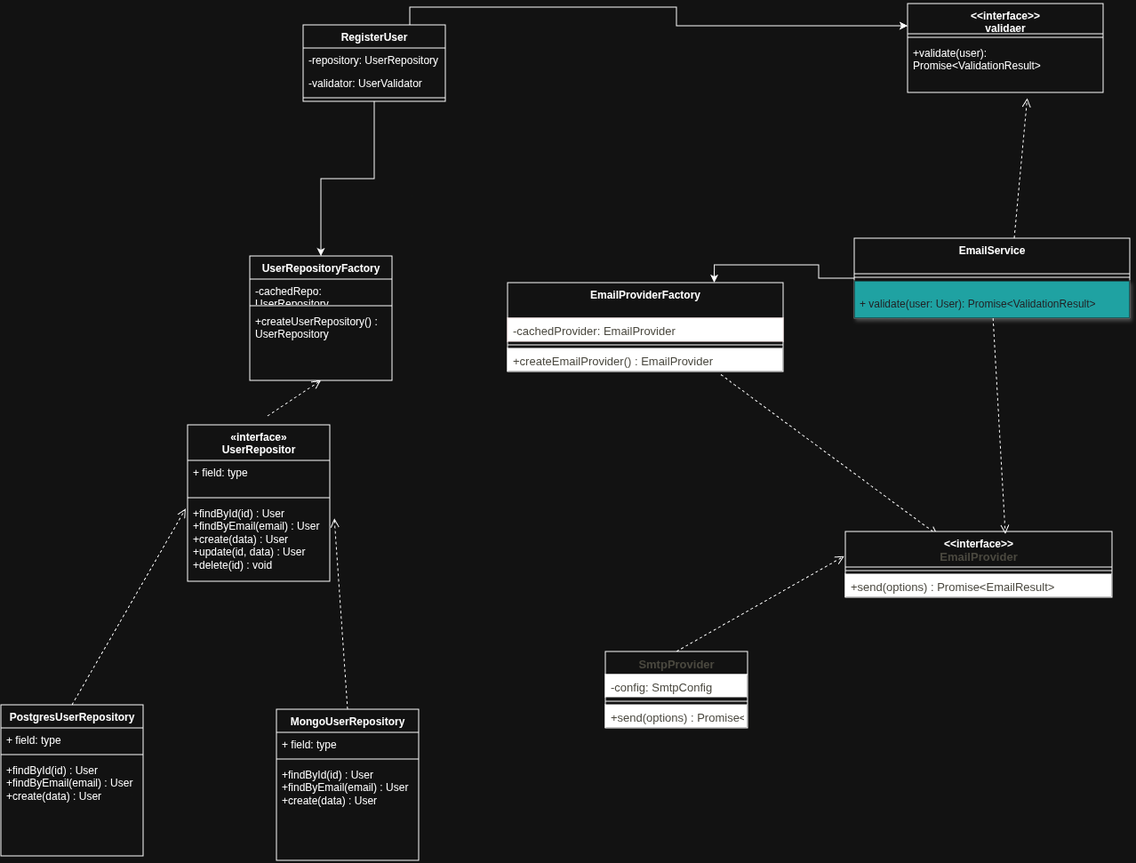
This is docs/uml/uml.png from JuanMaCE/Aug26So, a draw.io export, as it was before one commit. Source tidied: cells renumbered, new cells last; positions are measured from the earlier drawing's top-left corner, leaving out a move shared by most shapes.
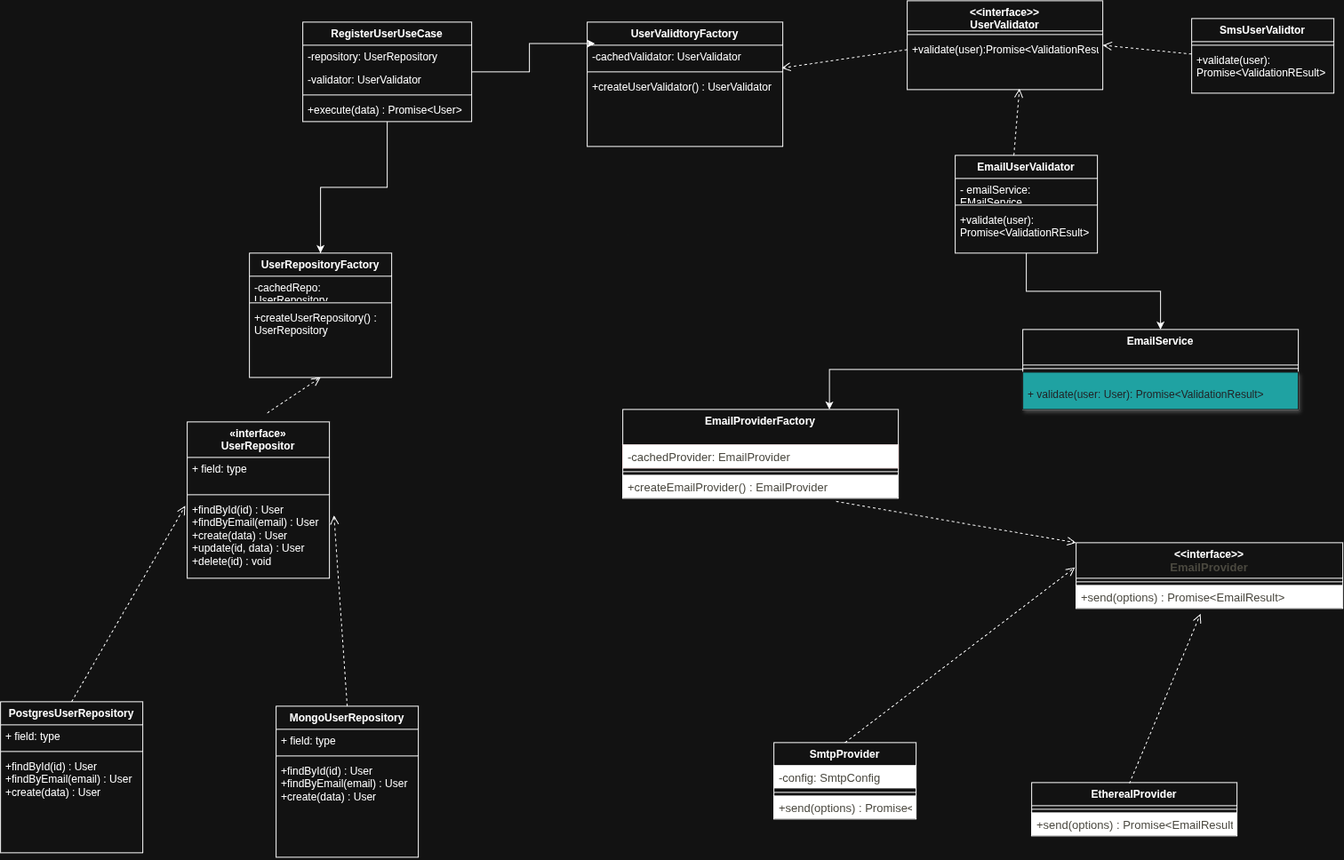
Above is the later version.

Diff of the diagram source:
```diff
@@ -6,21 +6,16 @@
       <mxGeometry relative="1" as="geometry" />
     </mxCell>
     <mxCell id="3" value="EmailService" style="swimlane;fontStyle=1;align=center;verticalAlign=top;horizontal=1;startSize=40;whiteSpace=wrap;html=1;fillColor=#FFFFFF;" parent="1" vertex="1">
-      <mxGeometry x="960" y="264" width="310" height="90" as="geometry" />
+      <mxGeometry x="1150" y="370" width="310" height="90" as="geometry" />
     </mxCell>
     <mxCell id="4" style="line;strokeWidth=1;fillColor=none;align=left;verticalAlign=middle;spacingTop=-1;spacingLeft=3;spacingRight=3;labelPosition=right;strokeColor=inherit;" parent="3" vertex="1">
       <mxGeometry y="40" width="310" height="8" as="geometry" />
     </mxCell>
-    <mxCell id="5" style="html=1;verticalAlign=bottom;endArrow=open;dashed=1;endSize=8;curved=0;rounded=0;entryX=0.612;entryY=1.111;entryDx=0;entryDy=0;entryPerimeter=0;" parent="3" edge="1" target="23">
-      <mxGeometry relative="1" as="geometry">
-        <mxPoint x="180" as="sourcePoint" />
-      </mxGeometry>
-    </mxCell>
     <mxCell id="6" value="&lt;div&gt;&lt;div role=&quot;group&quot; aria-label=&quot;Código&quot; tabindex=&quot;0&quot;&gt;&lt;pre style=&quot;color: rgb(234, 236, 240); background: transparent; font-family: var(--font-mono);&quot;&gt;&lt;code style=&quot;background: transparent; font-family: var(--font-mono); white-space: pre-wrap;&quot;&gt;+ validate(user: User): Promise&amp;lt;ValidationResult&amp;gt;&lt;/code&gt;&lt;/pre&gt;&lt;/div&gt;&lt;/div&gt;&lt;br/&gt;&lt;p dir=&quot;ltr&quot;&gt;&lt;/p&gt;" style="text;strokeColor=#FFFFFF;fillColor=#009999;align=left;verticalAlign=top;spacingLeft=4;spacingRight=4;overflow=hidden;points=[[0,0.5],[1,0.5]];portConstraint=eastwest;whiteSpace=wrap;html=1;shadow=1;" parent="3" vertex="1">
       <mxGeometry y="48" width="310" height="42" as="geometry" />
     </mxCell>
     <mxCell id="7" value="EmailProviderFactory" style="swimlane;fontStyle=1;align=center;verticalAlign=top;horizontal=1;startSize=40;whiteSpace=wrap;html=1;" parent="1" vertex="1">
-      <mxGeometry x="570" y="314" width="310" height="100" as="geometry" />
+      <mxGeometry x="700" y="460" width="310" height="100" as="geometry" />
     </mxCell>
     <mxCell id="8" value="&lt;span style=&quot;color: rgb(194, 192, 182); font-family: anthropic-sans, sans-serif; font-size: 13px; text-align: center; white-space: nowrap;&quot;&gt;-cachedProvider: EmailProvider&lt;/span&gt;" style="text;strokeColor=light-dark(transparent,#FFEBEB);fillColor=light-dark(transparent,#FFFFFF);align=left;verticalAlign=top;spacingLeft=4;spacingRight=4;overflow=hidden;whiteSpace=wrap;html=1;" parent="7" vertex="1">
       <mxGeometry y="40" width="310" height="26" as="geometry" />
@@ -28,7 +23,7 @@
     <mxCell id="9" style="line;strokeWidth=1;fillColor=none;align=left;verticalAlign=middle;spacingTop=-1;spacingLeft=3;spacingRight=3;labelPosition=right;strokeColor=inherit;" parent="7" vertex="1">
       <mxGeometry y="66" width="310" height="8" as="geometry" />
     </mxCell>
-    <mxCell id="10" style="html=1;verticalAlign=bottom;endArrow=open;dashed=1;endSize=8;curved=0;rounded=0;exitX=0.5;exitY=0;exitDx=0;exitDy=0;entryX=0.347;entryY=0.057;entryDx=0;entryDy=0;entryPerimeter=0;" parent="7" edge="1" target="12">
+    <mxCell id="10" style="html=1;verticalAlign=bottom;endArrow=open;dashed=1;endSize=8;curved=0;rounded=0;exitX=0.5;exitY=0;exitDx=0;exitDy=0;entryX=0;entryY=0;entryDx=0;entryDy=0;" parent="7" edge="1" target="12">
       <mxGeometry relative="1" as="geometry">
         <mxPoint x="240" y="103.5" as="sourcePoint" />
       </mxGeometry>
@@ -37,7 +32,7 @@
       <mxGeometry y="74" width="310" height="26" as="geometry" />
     </mxCell>
     <mxCell id="12" value="&amp;lt;&amp;lt;interface&amp;gt;&amp;gt;&lt;div&gt;&lt;span style=&quot;color: rgb(194, 192, 182); font-family: anthropic-sans, sans-serif; font-size: 13px; white-space: nowrap;&quot;&gt;EmailProvider&lt;/span&gt;&lt;/div&gt;" style="swimlane;fontStyle=1;align=center;verticalAlign=top;horizontal=1;startSize=40;whiteSpace=wrap;html=1;" parent="1" vertex="1">
-      <mxGeometry x="950" y="594" width="300" height="74" as="geometry" />
+      <mxGeometry x="1210" y="610" width="300" height="74" as="geometry" />
     </mxCell>
     <mxCell id="13" style="line;strokeWidth=1;fillColor=none;align=left;verticalAlign=middle;spacingTop=-1;spacingLeft=3;spacingRight=3;labelPosition=right;strokeColor=inherit;" parent="12" vertex="1">
       <mxGeometry y="40" width="300" height="8" as="geometry" />
@@ -45,8 +40,8 @@
     <mxCell id="14" value="&lt;span style=&quot;color: rgb(194, 192, 182); font-family: anthropic-sans, sans-serif; font-size: 13px; text-align: center; white-space: nowrap;&quot;&gt;+send(options) : Promise&amp;lt;EmailResult&amp;gt;&lt;/span&gt;" style="text;strokeColor=none;fillColor=light-dark(transparent,#FFFFFF);align=left;verticalAlign=top;spacingLeft=4;spacingRight=4;overflow=hidden;whiteSpace=wrap;html=1;" parent="12" vertex="1">
       <mxGeometry y="48" width="300" height="26" as="geometry" />
     </mxCell>
-    <mxCell id="15" value="&lt;span style=&quot;color: rgb(194, 192, 182); font-family: anthropic-sans, sans-serif; font-size: 13px; font-style: normal; font-variant-ligatures: normal; font-variant-caps: normal; font-weight: 700; letter-spacing: normal; orphans: 2; text-align: center; text-indent: 0px; text-transform: none; widows: 2; word-spacing: 0px; -webkit-text-stroke-width: 0px; white-space: nowrap; text-decoration-thickness: initial; text-decoration-style: initial; text-decoration-color: initial; display: inline !important; float: none;&quot;&gt;SmtpProvider&lt;/span&gt;" style="swimlane;fontStyle=1;align=center;verticalAlign=top;horizontal=1;startSize=26;whiteSpace=wrap;html=1;" parent="1" vertex="1">
-      <mxGeometry x="680" y="729" width="160" height="86" as="geometry" />
+    <mxCell id="15" value="SmtpProvider" style="swimlane;fontStyle=1;align=center;verticalAlign=top;horizontal=1;startSize=26;whiteSpace=wrap;html=1;" parent="1" vertex="1">
+      <mxGeometry x="870" y="835" width="160" height="86" as="geometry" />
     </mxCell>
     <mxCell id="16" value="&lt;span style=&quot;color: rgb(194, 192, 182); font-family: anthropic-sans, sans-serif; font-size: 13px; font-style: normal; font-variant-ligatures: normal; font-variant-caps: normal; font-weight: 400; letter-spacing: normal; orphans: 2; text-align: center; text-indent: 0px; text-transform: none; widows: 2; word-spacing: 0px; -webkit-text-stroke-width: 0px; white-space: nowrap; text-decoration-thickness: initial; text-decoration-style: initial; text-decoration-color: initial; display: inline !important; float: none;&quot;&gt;-config: SmtpConfig&lt;/span&gt;" style="text;strokeColor=none;fillColor=light-dark(transparent,#FFFFFF);align=left;verticalAlign=top;spacingLeft=4;spacingRight=4;overflow=hidden;whiteSpace=wrap;html=1;" parent="15" vertex="1">
       <mxGeometry y="26" width="160" height="26" as="geometry" />
@@ -60,16 +55,18 @@
     <mxCell id="19" style="html=1;verticalAlign=bottom;endArrow=open;dashed=1;endSize=8;curved=0;rounded=0;exitX=0.5;exitY=0;exitDx=0;exitDy=0;entryX=-0.004;entryY=0.375;entryDx=0;entryDy=0;entryPerimeter=0;" parent="1" edge="1" source="15" target="12">
       <mxGeometry relative="1" as="geometry" />
     </mxCell>
-    <mxCell id="20" style="html=1;verticalAlign=bottom;endArrow=open;dashed=1;endSize=8;curved=0;rounded=0;entryX=0.6;entryY=0.037;entryDx=0;entryDy=0;entryPerimeter=0;" parent="1" edge="1" source="6" target="12">
-      <mxGeometry relative="1" as="geometry" />
-    </mxCell>
-    <mxCell id="21" value="&amp;lt;&amp;lt;interface&amp;gt;&amp;gt;&lt;div&gt;validaer&lt;/div&gt;" style="swimlane;fontStyle=1;align=center;verticalAlign=top;horizontal=1;startSize=34;whiteSpace=wrap;html=1;" parent="1" vertex="1">
+    <mxCell id="21" value="&amp;lt;&amp;lt;interface&amp;gt;&amp;gt;&lt;div&gt;UserValidator&lt;/div&gt;" style="swimlane;fontStyle=1;align=center;verticalAlign=top;horizontal=1;startSize=34;whiteSpace=wrap;html=1;" parent="1" vertex="1">
       <mxGeometry x="1020" width="220" height="100" as="geometry" />
     </mxCell>
+    <mxCell id="49" style="html=1;verticalAlign=bottom;endArrow=open;dashed=1;endSize=8;curved=0;rounded=0;exitX=0.5;exitY=0;exitDx=0;exitDy=0;entryX=0.994;entryY=0.989;entryDx=0;entryDy=0;entryPerimeter=0;" parent="21" edge="1" target="58">
+      <mxGeometry relative="1" as="geometry">
+        <mxPoint y="55" as="sourcePoint" />
+      </mxGeometry>
+    </mxCell>
     <mxCell id="22" style="line;strokeWidth=1;fillColor=none;align=left;verticalAlign=middle;spacingTop=-1;spacingLeft=3;spacingRight=3;labelPosition=right;strokeColor=inherit;" parent="21" vertex="1">
       <mxGeometry y="34" width="220" height="8" as="geometry" />
     </mxCell>
-    <mxCell id="23" value="+validate(user): Promise&amp;lt;ValidationResult&amp;gt;&lt;div&gt;&lt;br&gt;&lt;/div&gt;&lt;div&gt;&lt;br&gt;&lt;/div&gt;&lt;div&gt;&lt;br&gt;&lt;/div&gt;" style="text;strokeColor=none;fillColor=none;align=left;verticalAlign=top;spacingLeft=4;spacingRight=4;overflow=hidden;points=[[0,0.5],[1,0.5]];portConstraint=eastwest;whiteSpace=wrap;html=1;" parent="21" vertex="1">
+    <mxCell id="23" value="+validate(user):Promise&amp;lt;ValidationResult&amp;gt;&lt;div&gt;&lt;br&gt;&lt;/div&gt;&lt;div&gt;&lt;br&gt;&lt;/div&gt;&lt;div&gt;&lt;br&gt;&lt;/div&gt;" style="text;strokeColor=none;fillColor=none;align=left;verticalAlign=top;spacingLeft=4;spacingRight=4;overflow=hidden;points=[[0,0.5],[1,0.5]];portConstraint=eastwest;whiteSpace=wrap;html=1;" parent="21" vertex="1">
       <mxGeometry y="42" width="220" height="58" as="geometry" />
     </mxCell>
     <mxCell id="24" value="UserRepositoryFactory" style="swimlane;fontStyle=1;align=center;verticalAlign=top;horizontal=1;startSize=26;whiteSpace=wrap;html=1;" parent="1" vertex="1">
@@ -99,21 +96,21 @@
     <mxCell id="32" style="edgeStyle=orthogonalEdgeStyle;rounded=0;jettySize=auto;html=1;" parent="1" edge="1" source="34" target="24">
       <mxGeometry relative="1" as="geometry" />
     </mxCell>
-    <mxCell id="33" style="edgeStyle=orthogonalEdgeStyle;rounded=0;jettySize=auto;html=1;exitX=0.75;exitY=0;exitDx=0;exitDy=0;entryX=0;entryY=0.25;entryDx=0;entryDy=0;" parent="1" edge="1" source="34" target="21">
-      <mxGeometry relative="1" as="geometry" />
-    </mxCell>
-    <mxCell id="34" value="RegisterUser" style="swimlane;fontStyle=1;align=center;verticalAlign=top;horizontal=1;startSize=26;whiteSpace=wrap;html=1;" parent="1" vertex="1">
-      <mxGeometry x="340" y="24" width="160" height="86" as="geometry" />
+    <mxCell id="34" value="RegisterUserUseCase" style="swimlane;fontStyle=1;align=center;verticalAlign=top;horizontal=1;startSize=26;whiteSpace=wrap;html=1;" parent="1" vertex="1">
+      <mxGeometry x="340" y="24" width="190" height="112" as="geometry" />
     </mxCell>
     <mxCell id="35" value="-repository: UserRepository" style="text;strokeColor=none;fillColor=none;align=left;verticalAlign=top;spacingLeft=4;spacingRight=4;overflow=hidden;whiteSpace=wrap;html=1;" parent="34" vertex="1">
-      <mxGeometry y="26" width="160" height="26" as="geometry" />
+      <mxGeometry y="26" width="190" height="26" as="geometry" />
     </mxCell>
     <mxCell id="36" value="-validator: UserValidator" style="text;strokeColor=none;fillColor=none;align=left;verticalAlign=top;spacingLeft=4;spacingRight=4;overflow=hidden;whiteSpace=wrap;html=1;" parent="34" vertex="1">
-      <mxGeometry y="52" width="160" height="26" as="geometry" />
+      <mxGeometry y="52" width="190" height="26" as="geometry" />
     </mxCell>
     <mxCell id="37" style="line;strokeWidth=1;fillColor=none;align=left;verticalAlign=middle;spacingTop=-1;spacingLeft=3;spacingRight=3;labelPosition=right;strokeColor=inherit;" parent="34" vertex="1">
-      <mxGeometry y="78" width="160" height="8" as="geometry" />
+      <mxGeometry y="78" width="190" height="8" as="geometry" />
     </mxCell>
+    <mxCell id="50" value="+execute(data) : Promise&amp;lt;User&amp;gt;" style="text;strokeColor=none;fillColor=none;align=left;verticalAlign=top;spacingLeft=4;spacingRight=4;overflow=hidden;whiteSpace=wrap;html=1;" parent="34" vertex="1">
+      <mxGeometry y="86" width="190" height="26" as="geometry" />
+    </mxCell>
     <mxCell id="38" style="html=1;verticalAlign=bottom;endArrow=open;dashed=1;endSize=8;curved=0;rounded=0;entryX=0.5;entryY=1;entryDx=0;entryDy=0;" parent="1" edge="1" target="24">
       <mxGeometry relative="1" as="geometry">
         <mxPoint x="300" y="464" as="sourcePoint" />
@@ -151,5 +148,69 @@
         <mxPoint x="390" y="794" as="sourcePoint" />
       </mxGeometry>
     </mxCell>
+    <mxCell id="51" style="edgeStyle=orthogonalEdgeStyle;rounded=0;jettySize=auto;html=1;" parent="1" edge="1" source="52" target="3">
+      <mxGeometry relative="1" as="geometry" />
+    </mxCell>
+    <mxCell id="52" value="EmailUserValidator" style="swimlane;fontStyle=1;align=center;verticalAlign=top;horizontal=1;startSize=26;whiteSpace=wrap;html=1;" parent="1" vertex="1">
+      <mxGeometry x="1074" y="174" width="160" height="110" as="geometry" />
+    </mxCell>
+    <mxCell id="53" style="html=1;verticalAlign=bottom;endArrow=open;dashed=1;endSize=8;curved=0;rounded=0;exitX=0.5;exitY=0;exitDx=0;exitDy=0;entryX=0.574;entryY=0.98;entryDx=0;entryDy=0;entryPerimeter=0;" parent="52" edge="1" target="23">
+      <mxGeometry relative="1" as="geometry">
+        <mxPoint x="66" as="sourcePoint" />
+      </mxGeometry>
+    </mxCell>
+    <mxCell id="54" value="- emailService: EMailService" style="text;strokeColor=none;fillColor=none;align=left;verticalAlign=top;spacingLeft=4;spacingRight=4;overflow=hidden;whiteSpace=wrap;html=1;" parent="52" vertex="1">
+      <mxGeometry y="26" width="160" height="26" as="geometry" />
+    </mxCell>
+    <mxCell id="55" style="line;strokeWidth=1;fillColor=none;align=left;verticalAlign=middle;spacingTop=-1;spacingLeft=3;spacingRight=3;labelPosition=right;strokeColor=inherit;" parent="52" vertex="1">
+      <mxGeometry y="52" width="160" height="8" as="geometry" />
+    </mxCell>
+    <mxCell id="56" value="+validate(user): Promise&amp;lt;ValidationREsult&amp;gt;" style="text;strokeColor=none;fillColor=none;align=left;verticalAlign=top;spacingLeft=4;spacingRight=4;overflow=hidden;whiteSpace=wrap;html=1;" parent="52" vertex="1">
+      <mxGeometry y="60" width="160" height="50" as="geometry" />
+    </mxCell>
+    <mxCell id="57" value="UserValidtoryFactory" style="swimlane;fontStyle=1;align=center;verticalAlign=top;horizontal=1;startSize=26;whiteSpace=wrap;html=1;" parent="1" vertex="1">
+      <mxGeometry x="660" y="24" width="220" height="140" as="geometry" />
+    </mxCell>
+    <mxCell id="58" value="-cachedValidator: UserValidator" style="text;strokeColor=none;fillColor=none;align=left;verticalAlign=top;spacingLeft=4;spacingRight=4;overflow=hidden;points=[[0,0.5],[1,0.5]];portConstraint=eastwest;whiteSpace=wrap;html=1;" parent="57" vertex="1">
+      <mxGeometry y="26" width="220" height="26" as="geometry" />
+    </mxCell>
+    <mxCell id="59" style="line;strokeWidth=1;fillColor=none;align=left;verticalAlign=middle;spacingTop=-1;spacingLeft=3;spacingRight=3;labelPosition=right;strokeColor=inherit;" parent="57" vertex="1">
+      <mxGeometry y="52" width="220" height="8" as="geometry" />
+    </mxCell>
+    <mxCell id="60" value="+createUserValidator() : UserValidator" style="text;strokeColor=none;fillColor=none;align=left;verticalAlign=top;spacingLeft=4;spacingRight=4;overflow=hidden;whiteSpace=wrap;html=1;" parent="57" vertex="1">
+      <mxGeometry y="60" width="220" height="80" as="geometry" />
+    </mxCell>
+    <mxCell id="61" style="edgeStyle=orthogonalEdgeStyle;rounded=0;jettySize=auto;html=1;entryX=0.039;entryY=-0.071;entryDx=0;entryDy=0;entryPerimeter=0;" parent="1" edge="1" source="34" target="58">
+      <mxGeometry relative="1" as="geometry" />
+    </mxCell>
+    <mxCell id="62" value="EtherealProvider" style="swimlane;fontStyle=1;align=center;verticalAlign=top;horizontal=1;startSize=26;whiteSpace=wrap;html=1;" parent="1" vertex="1">
+      <mxGeometry x="1160" y="880" width="231" height="60" as="geometry" />
+    </mxCell>
+    <mxCell id="63" style="line;strokeWidth=1;fillColor=none;align=left;verticalAlign=middle;spacingTop=-1;spacingLeft=3;spacingRight=3;labelPosition=right;strokeColor=inherit;" parent="62" vertex="1">
+      <mxGeometry y="26" width="231" height="8" as="geometry" />
+    </mxCell>
+    <mxCell id="64" value="&lt;span style=&quot;color: rgb(194, 192, 182); font-family: anthropic-sans, sans-serif; font-size: 13px; font-style: normal; font-variant-ligatures: normal; font-variant-caps: normal; font-weight: 400; letter-spacing: normal; orphans: 2; text-align: center; text-indent: 0px; text-transform: none; widows: 2; word-spacing: 0px; -webkit-text-stroke-width: 0px; white-space: nowrap; text-decoration-thickness: initial; text-decoration-style: initial; text-decoration-color: initial; display: inline !important; float: none;&quot;&gt;+send(options) : Promise&amp;lt;EmailResult&amp;gt;&lt;/span&gt;" style="text;strokeColor=none;fillColor=light-dark(transparent,#FFFFFF);align=left;verticalAlign=top;spacingLeft=4;spacingRight=4;overflow=hidden;whiteSpace=wrap;html=1;" parent="62" vertex="1">
+      <mxGeometry y="34" width="231" height="26" as="geometry" />
+    </mxCell>
+    <mxCell id="65" style="html=1;verticalAlign=bottom;endArrow=open;dashed=1;endSize=8;curved=0;rounded=0;exitX=0.5;exitY=0;exitDx=0;exitDy=0;" parent="1" edge="1">
+      <mxGeometry relative="1" as="geometry">
+        <mxPoint x="1270" y="881" as="sourcePoint" />
+        <mxPoint x="1350" y="690" as="targetPoint" />
+      </mxGeometry>
+    </mxCell>
+    <mxCell id="66" value="SmsUserValidtor" style="swimlane;fontStyle=1;align=center;verticalAlign=top;horizontal=1;startSize=26;whiteSpace=wrap;html=1;" parent="1" vertex="1">
+      <mxGeometry x="1340" y="20" width="160" height="84" as="geometry" />
+    </mxCell>
+    <mxCell id="67" style="line;strokeWidth=1;fillColor=none;align=left;verticalAlign=middle;spacingTop=-1;spacingLeft=3;spacingRight=3;labelPosition=right;strokeColor=inherit;" parent="66" vertex="1">
+      <mxGeometry y="26" width="160" height="8" as="geometry" />
+    </mxCell>
+    <mxCell id="68" value="+validate(user): Promise&amp;lt;ValidationREsult&amp;gt;" style="text;strokeColor=none;fillColor=none;align=left;verticalAlign=top;spacingLeft=4;spacingRight=4;overflow=hidden;whiteSpace=wrap;html=1;" parent="66" vertex="1">
+      <mxGeometry y="34" width="160" height="50" as="geometry" />
+    </mxCell>
+    <mxCell id="69" style="html=1;verticalAlign=bottom;endArrow=open;dashed=1;endSize=8;curved=0;rounded=0;exitX=0.5;exitY=0;exitDx=0;exitDy=0;entryX=1;entryY=0.5;entryDx=0;entryDy=0;" parent="1" edge="1" target="21">
+      <mxGeometry relative="1" as="geometry">
+        <mxPoint x="1340" y="60" as="sourcePoint" />
+      </mxGeometry>
+    </mxCell>
   </root>
 </mxGraphModel>
```
